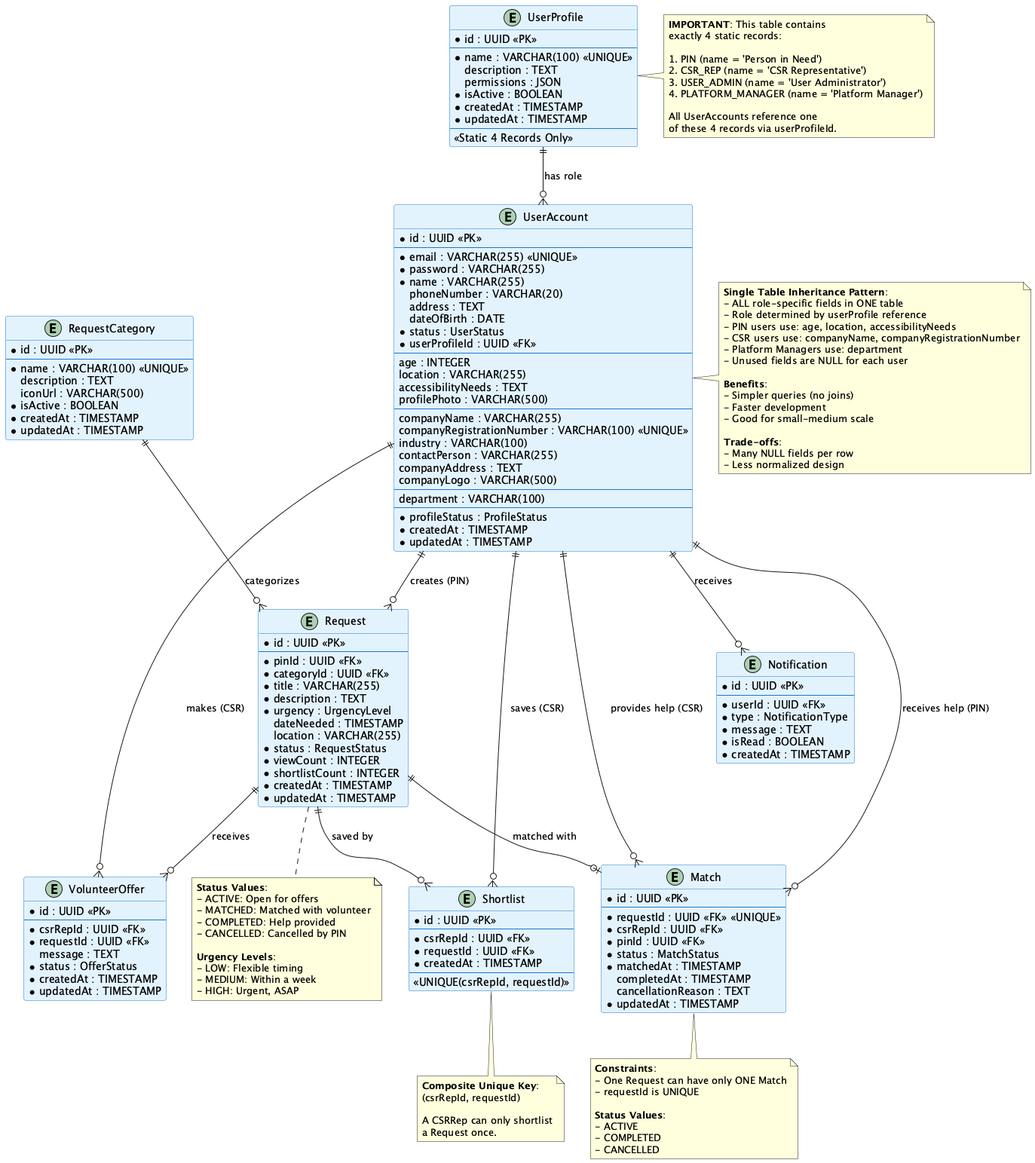
MatthewGohyy/CSR-Volunteer-Matching-System keeps this PlantUML diagram as diagrams/CSR_Volunteer_Matching_System_ERD.png. Above is the earlier version.
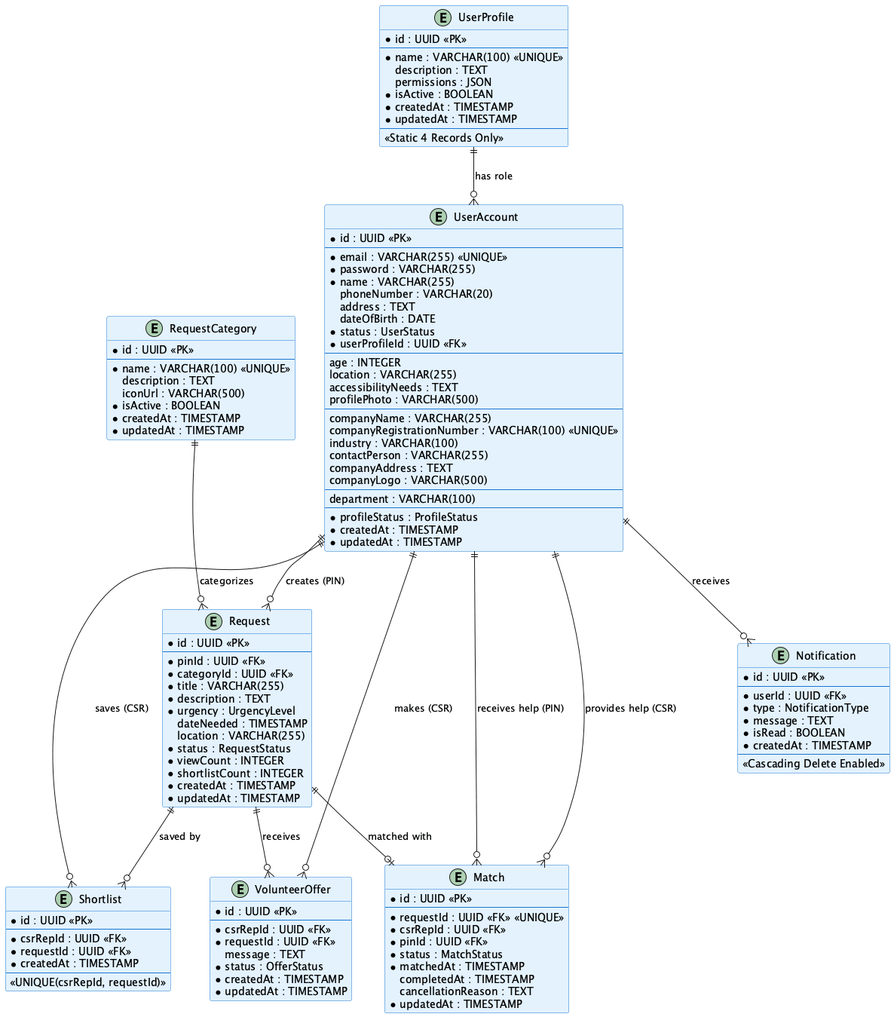
The same diagram one commit later.

The edit, as a diff of the source:
```diff
@@ -134,6 +134,8 @@
     * message : TEXT
     * isRead : BOOLEAN
     * createdAt : TIMESTAMP
+    --
+    <<Cascading Delete Enabled>>
 }
 
 
@@ -156,69 +158,4 @@
 Request ||--o| Match : "matched with"
 
 
-note right of UserProfile
-  **IMPORTANT**: This table contains
-  exactly 4 static records:
-
-  1. PIN (name = 'Person in Need')
-  2. CSR_REP (name = 'CSR Representative')
-  3. USER_ADMIN (name = 'User Administrator')
-  4. PLATFORM_MANAGER (name = 'Platform Manager')
-
-  All UserAccounts reference one
-  of these 4 records via userProfileId.
-end note
-
-note right of UserAccount
-  **Single Table Inheritance Pattern**:
-  - ALL role-specific fields in ONE table
-  - Role determined by userProfile reference
-  - PIN users use: age, location, accessibilityNeeds
-  - CSR users use: companyName, companyRegistrationNumber
-  - Platform Managers use: department
-  - Unused fields are NULL for each user
-
-  **Benefits**:
-  - Simpler queries (no joins)
-  - Faster development
-  - Good for small-medium scale
-
-  **Trade-offs**:
-  - Many NULL fields per row
-  - Less normalized design
-end note
-
-note bottom of Match
-  **Constraints**:
-  - One Request can have only ONE Match
-  - requestId is UNIQUE
-
-  **Status Values**:
-  - ACTIVE
-  - COMPLETED
-  - CANCELLED
-end note
-
-note bottom of Shortlist
-  **Composite Unique Key**:
-  (csrRepId, requestId)
-
-  A CSRRep can only shortlist
-  a Request once.
-end note
-
-note bottom of Request
-  **Status Values**:
-  - ACTIVE: Open for offers
-  - MATCHED: Matched with volunteer
-  - COMPLETED: Help provided
-  - CANCELLED: Cancelled by PIN
-
-  **Urgency Levels**:
-  - LOW: Flexible timing
-  - MEDIUM: Within a week
-  - HIGH: Urgent, ASAP
-end note
-
-
 @enduml
```
